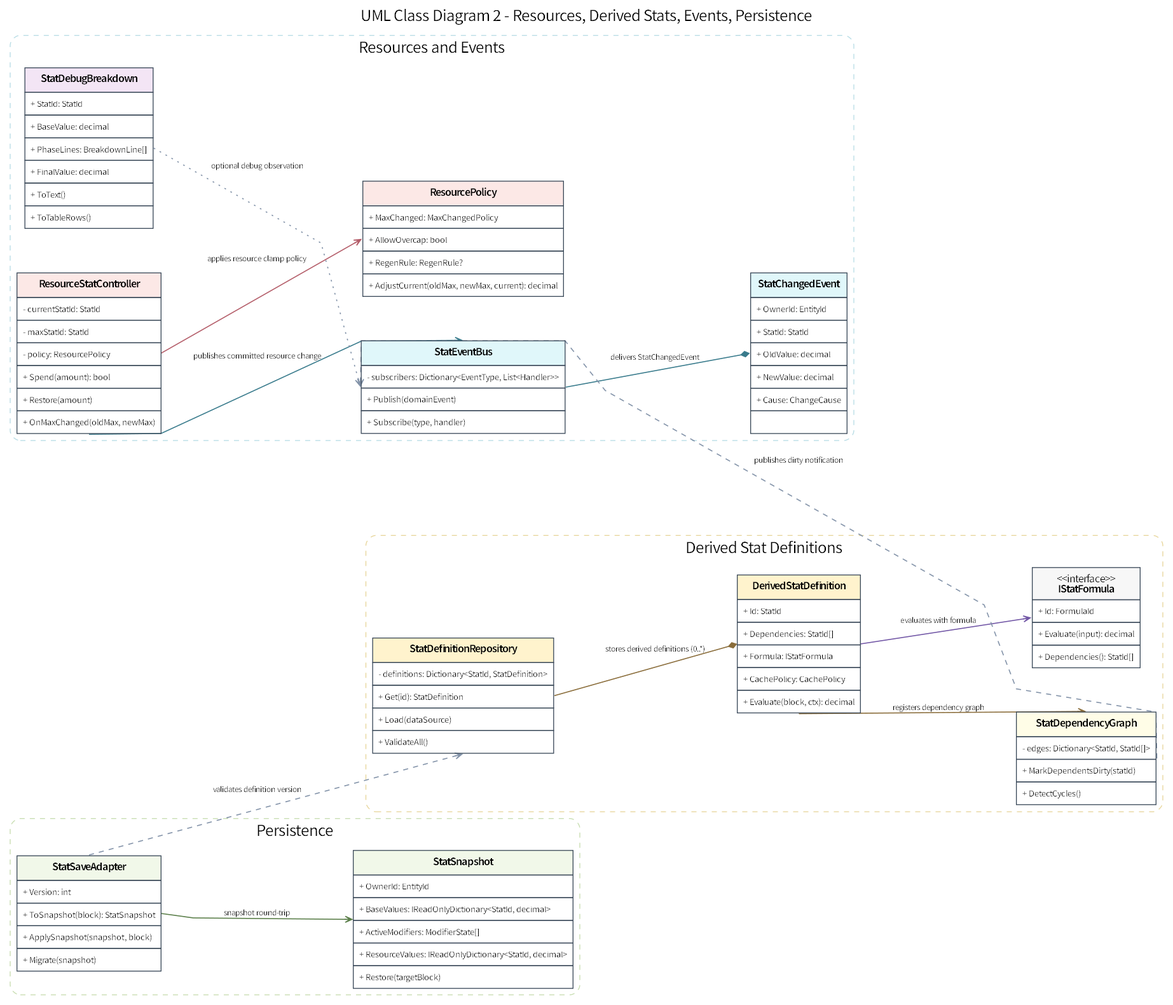
Earlier version of the Graphviz export assets/diagrams/02_extension_class_diagram.png (JY-LemongO/game-system-framework-knowledge-site). Its source is kept beside it as source/diagrams/02_extension_class_diagram.dot.
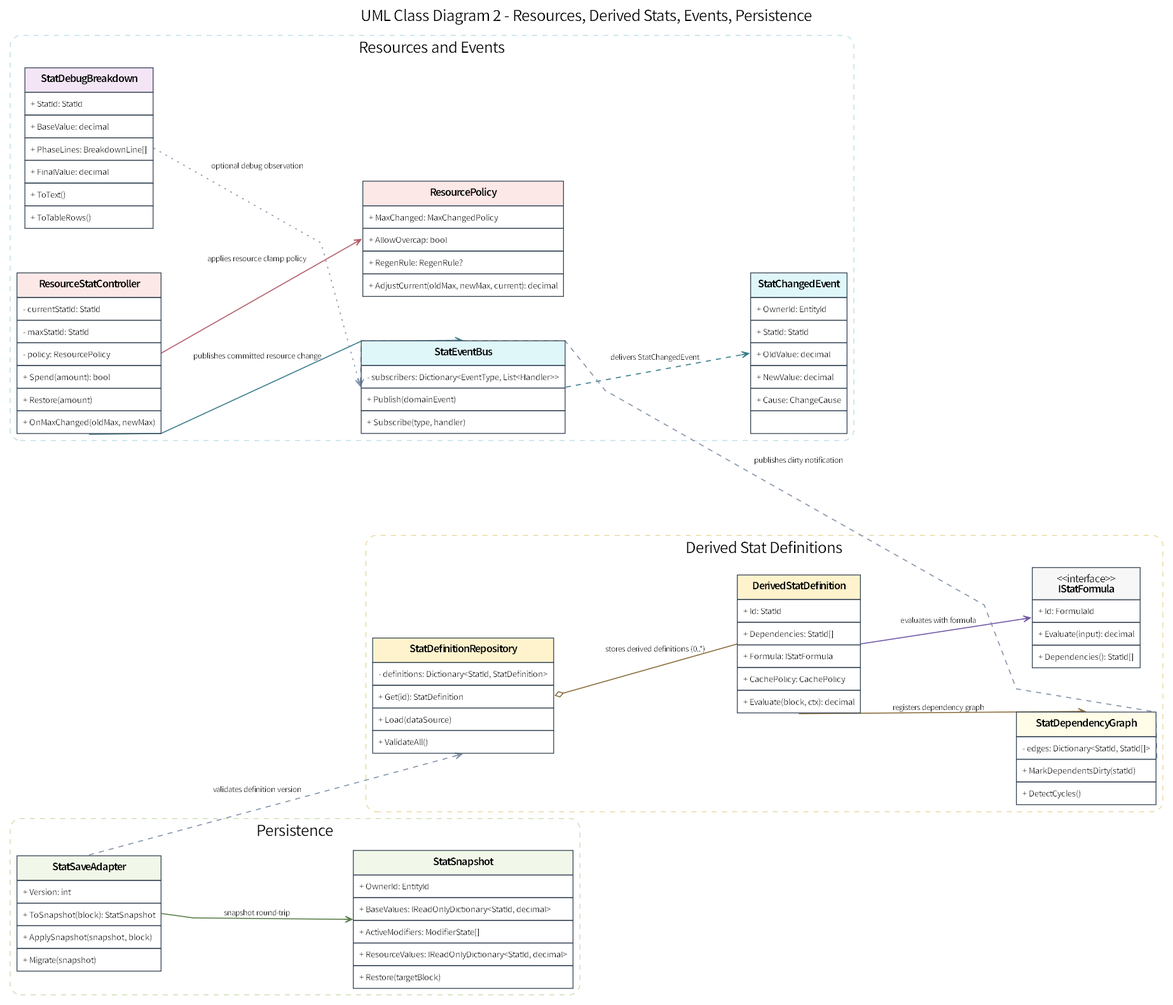
After the commit.

What changed in the source:
```diff
@@ -99,12 +99,12 @@
 		StatSaveAdapter
 		StatSnapshot
 	}
-	StatDefinitionRepository:e -> DerivedStatDefinition:w [label="stores derived definitions (0..*)" arrowhead=diamond color="#8A6D3B"]
+	StatDefinitionRepository:e -> DerivedStatDefinition:w [label="stores derived definitions (0..*)" dir=both arrowtail=odiamond arrowhead=none color="#8A6D3B"]
 	DerivedStatDefinition:e -> IStatFormula:w [label="evaluates with formula" arrowhead=vee color="#7257A6"]
 	DerivedStatDefinition:s -> StatDependencyGraph:n [label="registers dependency graph" arrowhead=vee color="#8A6D3B"]
 	ResourceController:e -> ResourcePolicy:w [label="applies resource clamp policy" arrowhead=vee color="#B45D69"]
 	ResourceController:s -> StatEventBus:n [label="publishes committed resource change" arrowhead=vee color="#397B8C"]
-	StatEventBus:e -> StatChangedEvent:w [label="delivers StatChangedEvent" arrowhead=diamond color="#397B8C"]
+	StatEventBus:e -> StatChangedEvent:w [label="delivers StatChangedEvent" style=dashed arrowhead=vee color="#397B8C"]
 	StatSaveAdapter:e -> StatSnapshot:w [label="snapshot round-trip" arrowhead=vee color="#5B7F4A"]
 	StatSaveAdapter:n -> StatDefinitionRepository:s [label="validates definition version" arrowhead=vee color="#8292A8" style=dashed]
 	DebugBreakdown:e -> StatEventBus:w [label="optional debug observation" arrowhead=vee color="#8292A8" constraint=false style=dotted]
```
